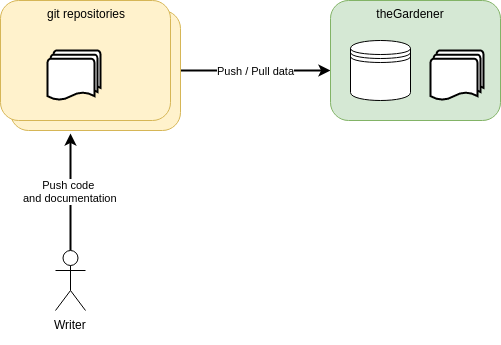
Before: documentation/assets/images/theGardener_role_writer.png, a diagram exported from draw.io (KelkooGroup/theGardener). Source tidied: cells renumbered, new cells last; positions are measured from the earlier drawing's top-left corner, leaving out a move shared by most shapes.
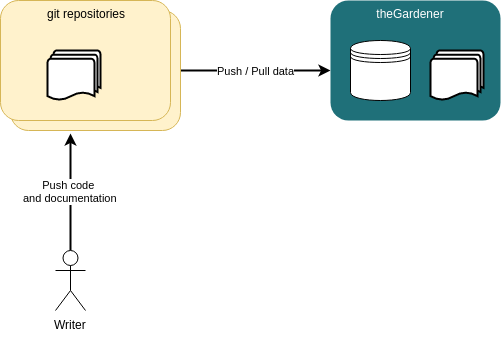
Above is the later version.

Change to the diagram source:
```diff
@@ -8,7 +8,7 @@
     <mxCell id="3" style="rounded=1;whiteSpace=wrap;html=1;fillColor=#fff2cc;strokeColor=#d6b656;" parent="1" vertex="1">
       <mxGeometry x="10" y="10" width="170" height="120" as="geometry" />
     </mxCell>
-    <mxCell id="4" style="rounded=1;whiteSpace=wrap;html=1;fillColor=#d5e8d4;strokeColor=#82b366;" parent="1" vertex="1">
+    <mxCell id="4" style="rounded=1;whiteSpace=wrap;html=1;fillColor=#1F7079;strokeColor=none;" parent="1" vertex="1">
       <mxGeometry x="330" width="170" height="120" as="geometry" />
     </mxCell>
     <mxCell id="5" value="&lt;div&gt;Push code &lt;br&gt;and documentation&lt;/div&gt;" style="edgeStyle=orthogonalEdgeStyle;rounded=0;orthogonalLoop=1;jettySize=auto;html=1;exitX=0.5;exitY=0;exitDx=0;exitDy=0;exitPerimeter=0;entryX=0.353;entryY=1.025;entryDx=0;entryDy=0;entryPerimeter=0;strokeWidth=2;" parent="1" edge="1">
@@ -26,7 +26,7 @@
     <mxCell id="8" style="shape=datastore;whiteSpace=wrap;html=1;" parent="1" vertex="1">
       <mxGeometry x="350" y="40" width="60" height="60" as="geometry" />
     </mxCell>
-    <mxCell id="9" value="&lt;div&gt;theGardener&lt;/div&gt;&lt;div&gt;&lt;br&gt;&lt;/div&gt;" style="text;html=1;strokeColor=none;fillColor=none;align=center;verticalAlign=middle;whiteSpace=wrap;rounded=0;" parent="1" vertex="1">
+    <mxCell id="9" value="&lt;div&gt;theGardener&lt;/div&gt;&lt;div&gt;&lt;br&gt;&lt;/div&gt;" style="text;html=1;strokeColor=none;fillColor=none;align=center;verticalAlign=middle;whiteSpace=wrap;rounded=0;fontColor=#FFFFFF;" parent="1" vertex="1">
       <mxGeometry x="390" y="10" width="40" height="20" as="geometry" />
     </mxCell>
     <mxCell id="10" style="rounded=1;whiteSpace=wrap;html=1;fillColor=#fff2cc;strokeColor=#d6b656;" parent="1" vertex="1">
```
